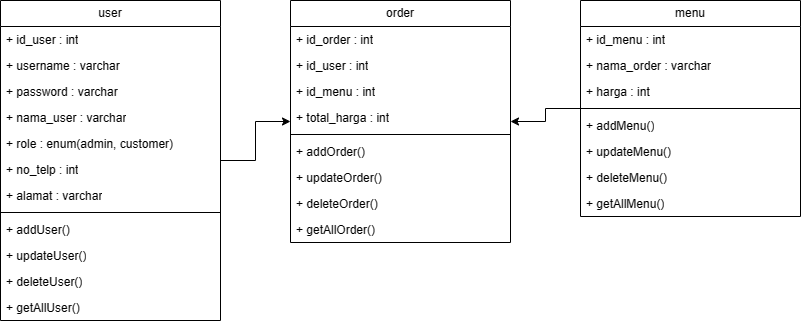
KrishnDwi/Novees-Cakes keeps this draw.io diagram as system-design/Class-Diagram-Novee's-Cakes.png. Above is the earlier version. Source tidied: cells renumbered, new cells last; positions are measured from the earlier drawing's top-left corner, leaving out a move shared by most shapes.
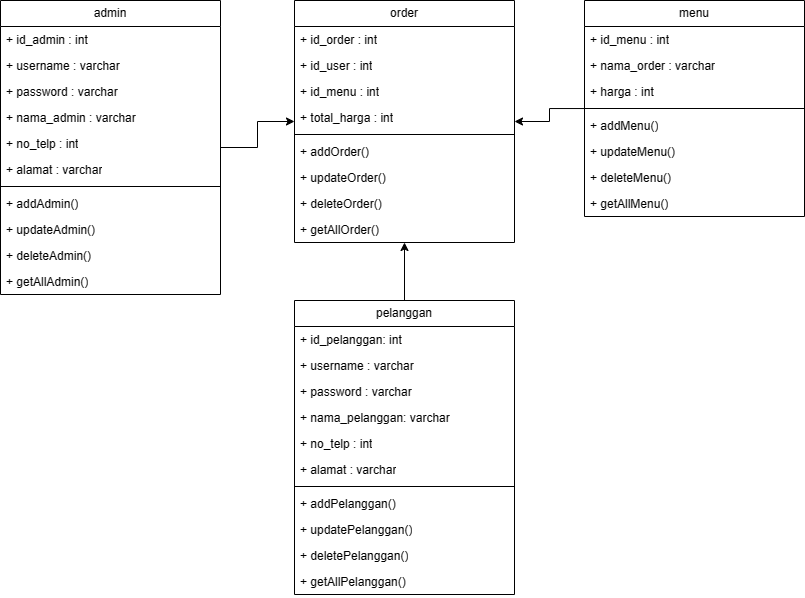
Above is the later version.

The edit, as a diff of the source:
```diff
@@ -5,10 +5,10 @@
     <mxCell id="2" style="edgeStyle=orthogonalEdgeStyle;rounded=0;jettySize=auto;html=1;" parent="1" edge="1" source="3" target="26">
       <mxGeometry relative="1" as="geometry" />
     </mxCell>
-    <mxCell id="3" value="user" style="swimlane;fontStyle=0;horizontal=1;startSize=26;fillColor=none;whiteSpace=wrap;html=1;" parent="1" vertex="1">
-      <mxGeometry width="220" height="320" as="geometry" />
+    <mxCell id="3" value="pelanggan" style="swimlane;fontStyle=0;horizontal=1;startSize=26;fillColor=none;whiteSpace=wrap;html=1;" parent="1" vertex="1">
+      <mxGeometry x="290" y="300" width="220" height="294" as="geometry" />
     </mxCell>
-    <mxCell id="4" value="+ id_user : int" style="text;strokeColor=none;fillColor=none;align=left;verticalAlign=top;spacingLeft=4;spacingRight=4;overflow=hidden;whiteSpace=wrap;html=1;" parent="3" vertex="1">
+    <mxCell id="4" value="+ id_pelanggan: int" style="text;strokeColor=none;fillColor=none;align=left;verticalAlign=top;spacingLeft=4;spacingRight=4;overflow=hidden;whiteSpace=wrap;html=1;" parent="3" vertex="1">
       <mxGeometry y="26" width="220" height="26" as="geometry" />
     </mxCell>
     <mxCell id="5" value="+ username : varchar" style="text;strokeColor=none;fillColor=none;align=left;verticalAlign=top;spacingLeft=4;spacingRight=4;overflow=hidden;whiteSpace=wrap;html=1;" parent="3" vertex="1">
@@ -17,32 +17,29 @@
     <mxCell id="6" value="+ password : varchar" style="text;strokeColor=none;fillColor=none;align=left;verticalAlign=top;spacingLeft=4;spacingRight=4;overflow=hidden;whiteSpace=wrap;html=1;" parent="3" vertex="1">
       <mxGeometry y="78" width="220" height="26" as="geometry" />
     </mxCell>
-    <mxCell id="7" value="+ nama_user : varchar" style="text;strokeColor=none;fillColor=none;align=left;verticalAlign=top;spacingLeft=4;spacingRight=4;overflow=hidden;whiteSpace=wrap;html=1;" parent="3" vertex="1">
+    <mxCell id="7" value="+ nama_pelanggan: varchar" style="text;strokeColor=none;fillColor=none;align=left;verticalAlign=top;spacingLeft=4;spacingRight=4;overflow=hidden;whiteSpace=wrap;html=1;" parent="3" vertex="1">
       <mxGeometry y="104" width="220" height="26" as="geometry" />
     </mxCell>
-    <mxCell id="8" value="+ role : enum(admin, customer)" style="text;strokeColor=none;fillColor=none;align=left;verticalAlign=top;spacingLeft=4;spacingRight=4;overflow=hidden;whiteSpace=wrap;html=1;" parent="3" vertex="1">
-      <mxGeometry y="130" width="220" height="26" as="geometry" />
-    </mxCell>
     <mxCell id="9" value="+ no_telp : int" style="text;strokeColor=none;fillColor=none;align=left;verticalAlign=top;spacingLeft=4;spacingRight=4;overflow=hidden;whiteSpace=wrap;html=1;" parent="3" vertex="1">
-      <mxGeometry y="156" width="220" height="26" as="geometry" />
+      <mxGeometry y="130" width="220" height="26" as="geometry" />
     </mxCell>
     <mxCell id="10" value="+ alamat : varchar" style="text;strokeColor=none;fillColor=none;align=left;verticalAlign=top;spacingLeft=4;spacingRight=4;overflow=hidden;whiteSpace=wrap;html=1;" parent="3" vertex="1">
-      <mxGeometry y="182" width="220" height="26" as="geometry" />
+      <mxGeometry y="156" width="220" height="26" as="geometry" />
     </mxCell>
     <mxCell id="11" style="line;strokeWidth=1;fillColor=none;align=left;verticalAlign=middle;spacingTop=-1;spacingLeft=3;spacingRight=3;labelPosition=right;strokeColor=inherit;" parent="3" vertex="1">
-      <mxGeometry y="208" width="220" height="8" as="geometry" />
+      <mxGeometry y="182" width="220" height="8" as="geometry" />
     </mxCell>
-    <mxCell id="12" value="+ addUser()" style="text;strokeColor=none;fillColor=none;align=left;verticalAlign=top;spacingLeft=4;spacingRight=4;overflow=hidden;whiteSpace=wrap;html=1;" parent="3" vertex="1">
-      <mxGeometry y="216" width="220" height="26" as="geometry" />
+    <mxCell id="12" value="+ addPelanggan()" style="text;strokeColor=none;fillColor=none;align=left;verticalAlign=top;spacingLeft=4;spacingRight=4;overflow=hidden;whiteSpace=wrap;html=1;" parent="3" vertex="1">
+      <mxGeometry y="190" width="220" height="26" as="geometry" />
     </mxCell>
-    <mxCell id="13" value="+ updateUser()" style="text;strokeColor=none;fillColor=none;align=left;verticalAlign=top;spacingLeft=4;spacingRight=4;overflow=hidden;whiteSpace=wrap;html=1;" parent="3" vertex="1">
-      <mxGeometry y="242" width="220" height="26" as="geometry" />
+    <mxCell id="13" value="+ updatePelanggan()" style="text;strokeColor=none;fillColor=none;align=left;verticalAlign=top;spacingLeft=4;spacingRight=4;overflow=hidden;whiteSpace=wrap;html=1;" parent="3" vertex="1">
+      <mxGeometry y="216" width="220" height="26" as="geometry" />
     </mxCell>
-    <mxCell id="14" value="+ deleteUser()" style="text;strokeColor=none;fillColor=none;align=left;verticalAlign=top;spacingLeft=4;spacingRight=4;overflow=hidden;whiteSpace=wrap;html=1;" parent="3" vertex="1">
-      <mxGeometry y="268" width="220" height="26" as="geometry" />
+    <mxCell id="14" value="+ deletePelanggan()" style="text;strokeColor=none;fillColor=none;align=left;verticalAlign=top;spacingLeft=4;spacingRight=4;overflow=hidden;whiteSpace=wrap;html=1;" parent="3" vertex="1">
+      <mxGeometry y="242" width="220" height="26" as="geometry" />
     </mxCell>
-    <mxCell id="15" value="+ getAllUser()" style="text;strokeColor=none;fillColor=none;align=left;verticalAlign=top;spacingLeft=4;spacingRight=4;overflow=hidden;whiteSpace=wrap;html=1;" parent="3" vertex="1">
-      <mxGeometry y="294" width="220" height="26" as="geometry" />
+    <mxCell id="15" value="+ getAllPelanggan()" style="text;strokeColor=none;fillColor=none;align=left;verticalAlign=top;spacingLeft=4;spacingRight=4;overflow=hidden;whiteSpace=wrap;html=1;" parent="3" vertex="1">
+      <mxGeometry y="268" width="220" height="26" as="geometry" />
     </mxCell>
     <mxCell id="16" style="edgeStyle=orthogonalEdgeStyle;rounded=0;jettySize=auto;html=1;" parent="1" edge="1" source="17" target="26">
       <mxGeometry relative="1" as="geometry" />
@@ -104,5 +101,44 @@
     <mxCell id="35" value="+ getAllOrder()" style="text;strokeColor=none;fillColor=none;align=left;verticalAlign=top;spacingLeft=4;spacingRight=4;overflow=hidden;whiteSpace=wrap;html=1;" parent="26" vertex="1">
       <mxGeometry y="216" width="220" height="26" as="geometry" />
     </mxCell>
+    <mxCell id="36" style="edgeStyle=orthogonalEdgeStyle;rounded=0;jettySize=auto;html=1;" parent="1" edge="1" source="37" target="26">
+      <mxGeometry relative="1" as="geometry" />
+    </mxCell>
+    <mxCell id="37" value="admin" style="swimlane;fontStyle=0;horizontal=1;startSize=26;fillColor=none;whiteSpace=wrap;html=1;" parent="1" vertex="1">
+      <mxGeometry x="-4" width="220" height="294" as="geometry" />
+    </mxCell>
+    <mxCell id="38" value="+ id_admin : int" style="text;strokeColor=none;fillColor=none;align=left;verticalAlign=top;spacingLeft=4;spacingRight=4;overflow=hidden;whiteSpace=wrap;html=1;" parent="37" vertex="1">
+      <mxGeometry y="26" width="220" height="26" as="geometry" />
+    </mxCell>
+    <mxCell id="39" value="+ username : varchar" style="text;strokeColor=none;fillColor=none;align=left;verticalAlign=top;spacingLeft=4;spacingRight=4;overflow=hidden;whiteSpace=wrap;html=1;" parent="37" vertex="1">
+      <mxGeometry y="52" width="220" height="26" as="geometry" />
+    </mxCell>
+    <mxCell id="40" value="+ password : varchar" style="text;strokeColor=none;fillColor=none;align=left;verticalAlign=top;spacingLeft=4;spacingRight=4;overflow=hidden;whiteSpace=wrap;html=1;" parent="37" vertex="1">
+      <mxGeometry y="78" width="220" height="26" as="geometry" />
+    </mxCell>
+    <mxCell id="41" value="+ nama_admin : varchar" style="text;strokeColor=none;fillColor=none;align=left;verticalAlign=top;spacingLeft=4;spacingRight=4;overflow=hidden;whiteSpace=wrap;html=1;" parent="37" vertex="1">
+      <mxGeometry y="104" width="220" height="26" as="geometry" />
+    </mxCell>
+    <mxCell id="42" value="+ no_telp : int" style="text;strokeColor=none;fillColor=none;align=left;verticalAlign=top;spacingLeft=4;spacingRight=4;overflow=hidden;whiteSpace=wrap;html=1;" parent="37" vertex="1">
+      <mxGeometry y="130" width="220" height="26" as="geometry" />
+    </mxCell>
+    <mxCell id="43" value="+ alamat : varchar" style="text;strokeColor=none;fillColor=none;align=left;verticalAlign=top;spacingLeft=4;spacingRight=4;overflow=hidden;whiteSpace=wrap;html=1;" parent="37" vertex="1">
+      <mxGeometry y="156" width="220" height="26" as="geometry" />
+    </mxCell>
+    <mxCell id="44" style="line;strokeWidth=1;fillColor=none;align=left;verticalAlign=middle;spacingTop=-1;spacingLeft=3;spacingRight=3;labelPosition=right;strokeColor=inherit;" parent="37" vertex="1">
+      <mxGeometry y="182" width="220" height="8" as="geometry" />
+    </mxCell>
+    <mxCell id="45" value="+ addAdmin()" style="text;strokeColor=none;fillColor=none;align=left;verticalAlign=top;spacingLeft=4;spacingRight=4;overflow=hidden;whiteSpace=wrap;html=1;" parent="37" vertex="1">
+      <mxGeometry y="190" width="220" height="26" as="geometry" />
+    </mxCell>
+    <mxCell id="46" value="+ updateAdmin()" style="text;strokeColor=none;fillColor=none;align=left;verticalAlign=top;spacingLeft=4;spacingRight=4;overflow=hidden;whiteSpace=wrap;html=1;" parent="37" vertex="1">
+      <mxGeometry y="216" width="220" height="26" as="geometry" />
+    </mxCell>
+    <mxCell id="47" value="+ deleteAdmin()" style="text;strokeColor=none;fillColor=none;align=left;verticalAlign=top;spacingLeft=4;spacingRight=4;overflow=hidden;whiteSpace=wrap;html=1;" parent="37" vertex="1">
+      <mxGeometry y="242" width="220" height="26" as="geometry" />
+    </mxCell>
+    <mxCell id="48" value="+ getAllAdmin()" style="text;strokeColor=none;fillColor=none;align=left;verticalAlign=top;spacingLeft=4;spacingRight=4;overflow=hidden;whiteSpace=wrap;html=1;" parent="37" vertex="1">
+      <mxGeometry y="268" width="220" height="26" as="geometry" />
+    </mxCell>
   </root>
 </mxGraphModel>
```
